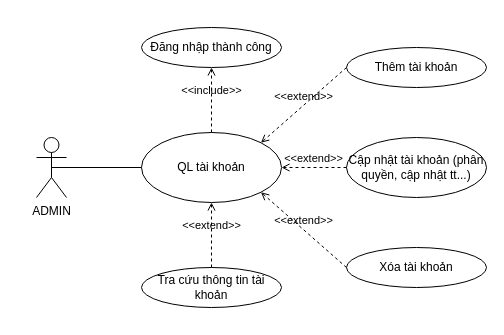
Above: UC/UC_QUANLYTAIKHOAN.drawio in hieuNV0871/da (draw.io), before the change. Source tidied: cells renumbered, new cells numbered last; positions are measured from the earlier drawing's top-left corner, leaving out a move shared by most shapes. Both pictures are drawn from the tidied source at 100%, with x=0, y=0 at pixel (36, 27).
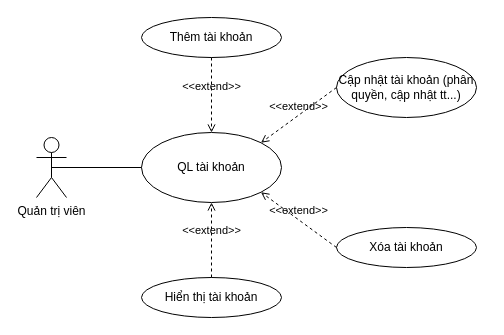
The same page after the edit.

Change to the diagram source:
```diff
@@
 <mxGraphModel>
   <root>
     <mxCell id="0" />
     <mxCell id="1" parent="0" />
-    <mxCell id="2" value="ADMIN" style="shape=umlActor;verticalLabelPosition=bottom;verticalAlign=top;html=1;" parent="1" vertex="1">
+    <mxCell id="2" value="Quản trị viên" style="shape=umlActor;verticalLabelPosition=bottom;verticalAlign=top;html=1;" parent="1" vertex="1">
       <mxGeometry y="110" width="30" height="60" as="geometry" />
     </mxCell>
     <mxCell id="3" value="QL tài khoản" style="ellipse;whiteSpace=wrap;html=1;" parent="1" vertex="1">
       <mxGeometry x="105" y="105" width="140" height="70" as="geometry" />
     </mxCell>
-    <mxCell id="4" value="Đăng nhập thành công" style="ellipse;whiteSpace=wrap;html=1;" parent="1" vertex="1">
-      <mxGeometry x="105" width="140" height="40" as="geometry" />
-    </mxCell>
     <mxCell id="5" value="Thêm tài khoản" style="ellipse;whiteSpace=wrap;html=1;" parent="1" vertex="1">
-      <mxGeometry x="310" y="20" width="140" height="40" as="geometry" />
+      <mxGeometry x="105" y="-10" width="140" height="40" as="geometry" />
     </mxCell>
     <mxCell id="6" value="Xóa tài khoản" style="ellipse;whiteSpace=wrap;html=1;" parent="1" vertex="1">
-      <mxGeometry x="310" y="220" width="140" height="40" as="geometry" />
+      <mxGeometry x="300" y="200" width="140" height="40" as="geometry" />
     </mxCell>
     <mxCell id="7" value="Cập nhật tài khoản (phân quyền, cập nhật tt...)" style="ellipse;whiteSpace=wrap;html=1;" parent="1" vertex="1">
-      <mxGeometry x="310" y="110" width="140" height="60" as="geometry" />
+      <mxGeometry x="300" y="30" width="140" height="60" as="geometry" />
     </mxCell>
-    <mxCell id="8" value="&amp;lt;&amp;lt;extend&amp;gt;&amp;gt;" style="html=1;verticalAlign=bottom;labelBackgroundColor=none;endArrow=open;endFill=0;dashed=1;rounded=0;entryX=1;entryY=0;entryDx=0;entryDy=0;exitX=0;exitY=0.5;exitDx=0;exitDy=0;" parent="1" edge="1" source="5" target="3">
+    <mxCell id="8" value="&amp;lt;&amp;lt;extend&amp;gt;&amp;gt;" style="html=1;verticalAlign=bottom;labelBackgroundColor=none;endArrow=open;endFill=0;dashed=1;rounded=0;entryX=0.5;entryY=0;entryDx=0;entryDy=0;exitX=0.5;exitY=1;exitDx=0;exitDy=0;" parent="1" edge="1" source="5" target="3">
       <mxGeometry relative="1" as="geometry" />
     </mxCell>
-    <mxCell id="9" value="&amp;lt;&amp;lt;extend&amp;gt;&amp;gt;" style="html=1;verticalAlign=bottom;labelBackgroundColor=none;endArrow=open;endFill=0;dashed=1;rounded=0;entryX=1;entryY=0.5;entryDx=0;entryDy=0;exitX=0;exitY=0.5;exitDx=0;exitDy=0;" parent="1" edge="1" source="7" target="3">
+    <mxCell id="9" value="&amp;lt;&amp;lt;extend&amp;gt;&amp;gt;" style="html=1;verticalAlign=bottom;labelBackgroundColor=none;endArrow=open;endFill=0;dashed=1;rounded=0;entryX=1;entryY=0;entryDx=0;entryDy=0;exitX=0;exitY=0.5;exitDx=0;exitDy=0;" parent="1" edge="1" source="7" target="3">
       <mxGeometry relative="1" as="geometry" />
     </mxCell>
     <mxCell id="10" value="&amp;lt;&amp;lt;extend&amp;gt;&amp;gt;" style="html=1;verticalAlign=bottom;labelBackgroundColor=none;endArrow=open;endFill=0;dashed=1;rounded=0;entryX=1;entryY=1;entryDx=0;entryDy=0;exitX=0;exitY=0.5;exitDx=0;exitDy=0;" parent="1" edge="1" source="6" target="3">
       <mxGeometry relative="1" as="geometry" />
     </mxCell>
-    <mxCell id="11" value="&amp;lt;&amp;lt;include&amp;gt;&amp;gt;" style="html=1;verticalAlign=bottom;labelBackgroundColor=none;endArrow=open;endFill=0;dashed=1;rounded=0;exitX=0.5;exitY=0;exitDx=0;exitDy=0;entryX=0.5;entryY=1;entryDx=0;entryDy=0;" parent="1" edge="1" source="3" target="4">
-      <mxGeometry relative="1" as="geometry" />
-    </mxCell>
     <mxCell id="12" style="endArrow=none;html=1;rounded=0;exitX=0.5;exitY=0.5;exitDx=0;exitDy=0;exitPerimeter=0;entryX=0;entryY=0.5;entryDx=0;entryDy=0;" parent="1" edge="1" source="2" target="3">
       <mxGeometry relative="1" as="geometry" />
     </mxCell>
-    <mxCell id="13" value="Tra cứu thông tin tài khoản" style="ellipse;whiteSpace=wrap;html=1;" parent="1" vertex="1">
-      <mxGeometry x="105" y="240" width="140" height="40" as="geometry" />
-    </mxCell>
+    <mxCell id="15" value="Hiển thị tài khoản" style="ellipse;whiteSpace=wrap;html=1;" parent="1" vertex="1">
+      <mxGeometry x="105" y="250" width="140" height="40" as="geometry" />
+    </mxCell>
-    <mxCell id="14" value="&amp;lt;&amp;lt;extend&amp;gt;&amp;gt;" style="html=1;verticalAlign=bottom;labelBackgroundColor=none;endArrow=open;endFill=0;dashed=1;rounded=0;entryX=0.5;entryY=1;entryDx=0;entryDy=0;exitX=0.5;exitY=0;exitDx=0;exitDy=0;" parent="1" edge="1" source="13" target="3">
+    <mxCell id="14" value="&amp;lt;&amp;lt;extend&amp;gt;&amp;gt;" style="html=1;verticalAlign=bottom;labelBackgroundColor=none;endArrow=open;endFill=0;dashed=1;rounded=0;entryX=0.5;entryY=1;entryDx=0;entryDy=0;exitX=0.5;exitY=0;exitDx=0;exitDy=0;" parent="1" edge="1" source="15" target="3">
       <mxGeometry relative="1" as="geometry" />
     </mxCell>
   </root>
 </mxGraphModel>
```
